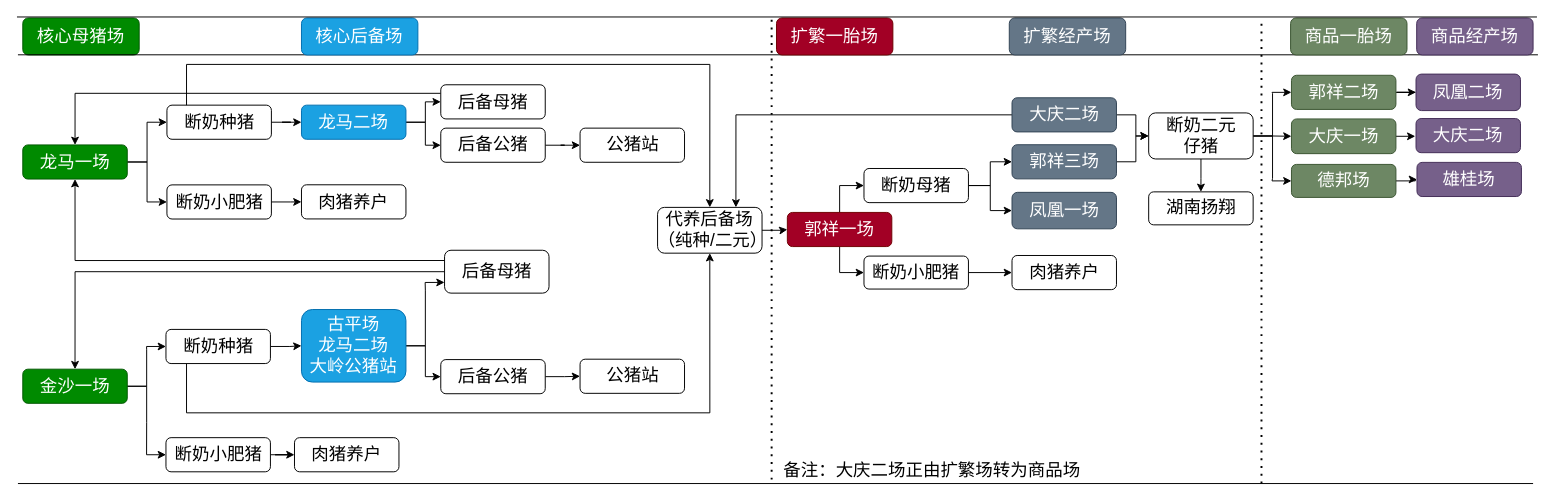
This is 体系规划.drawio from tony2015116/flowchart, a draw.io file, before an edit. Source tidied: cells renumbered, new cells numbered last; positions are measured from the earlier drawing's top-left corner, leaving out a move shared by most shapes. Both pictures are drawn from the tidied source at 97%, with x=0, y=0 at pixel (16, 16).
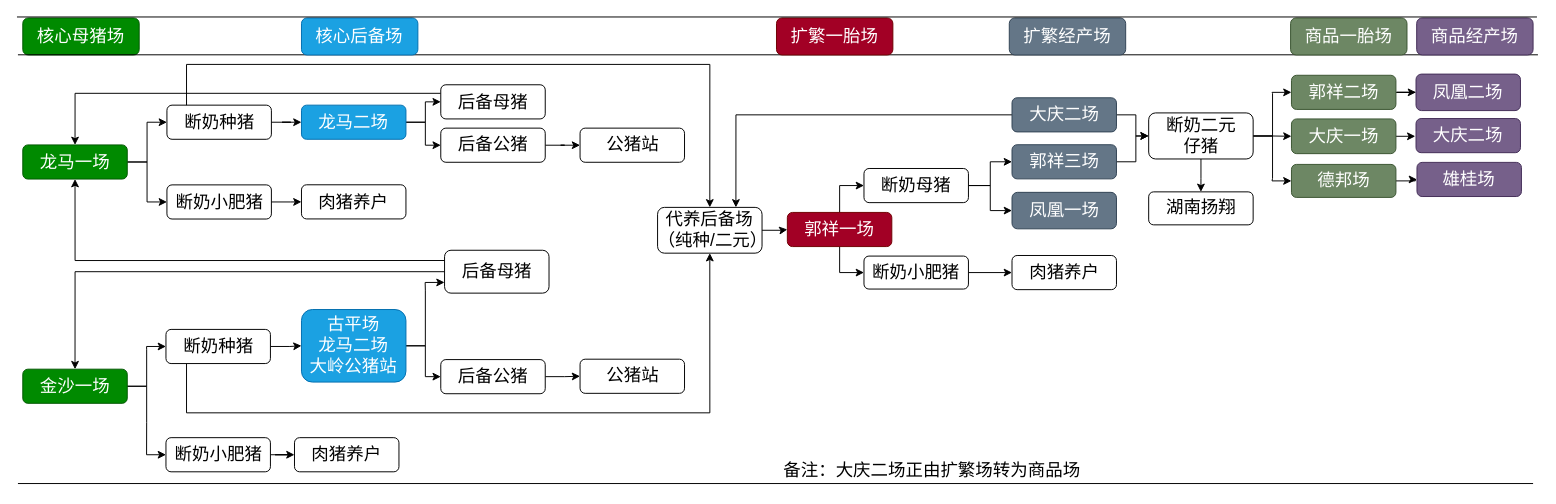
The same diagram, later.

Commit message:
更新体系规划2.drawio

The change refers to these unchanged cells:
```xml
<mxCell id="4" style="group;" parent="1" vertex="1">
  <mxGeometry x="6" y="23.9" width="1544" height="451.2" as="geometry" />
</mxCell>
```

Change to the diagram source:
```diff
@@
-    <mxCell id="74" style="endArrow=none;dashed=1;html=1;dashPattern=1 3;strokeWidth=2;rounded=0;" parent="4" edge="1">
-      <mxGeometry relative="1" as="geometry">
-        <mxPoint x="772" y="453" as="sourcePoint" />
-        <mxPoint x="772" y="-22.9" as="targetPoint" />
-      </mxGeometry>
-    </mxCell>
-    <mxCell id="75" style="endArrow=none;dashed=1;html=1;dashPattern=1 3;strokeWidth=2;rounded=0;" parent="4" edge="1">
-      <mxGeometry relative="1" as="geometry">
-        <mxPoint x="1277" y="457.1" as="sourcePoint" />
-        <mxPoint x="1277" y="-22.9" as="targetPoint" />
-      </mxGeometry>
-    </mxCell>
```
